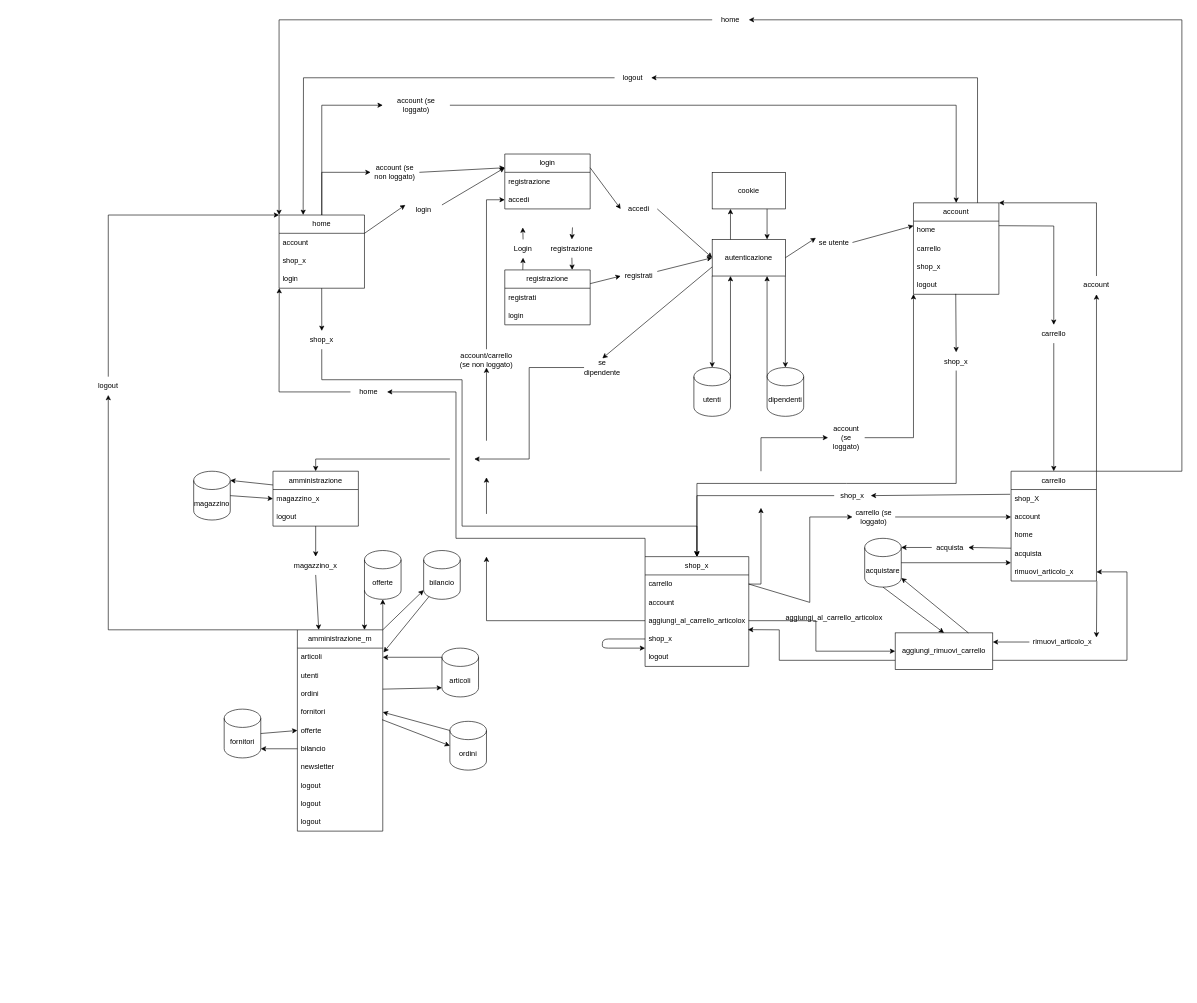
This is Documenti/progettazione_sito.drawio from Bugigio/Negozi-Sportivi, a draw.io file, before an edit. Source tidied: cells renumbered, new cells numbered last; positions are measured from the earlier drawing's top-left corner, leaving out a move shared by most shapes. Both pictures are drawn from the tidied source at 61%, with x=0, y=0 at pixel (90, 10).
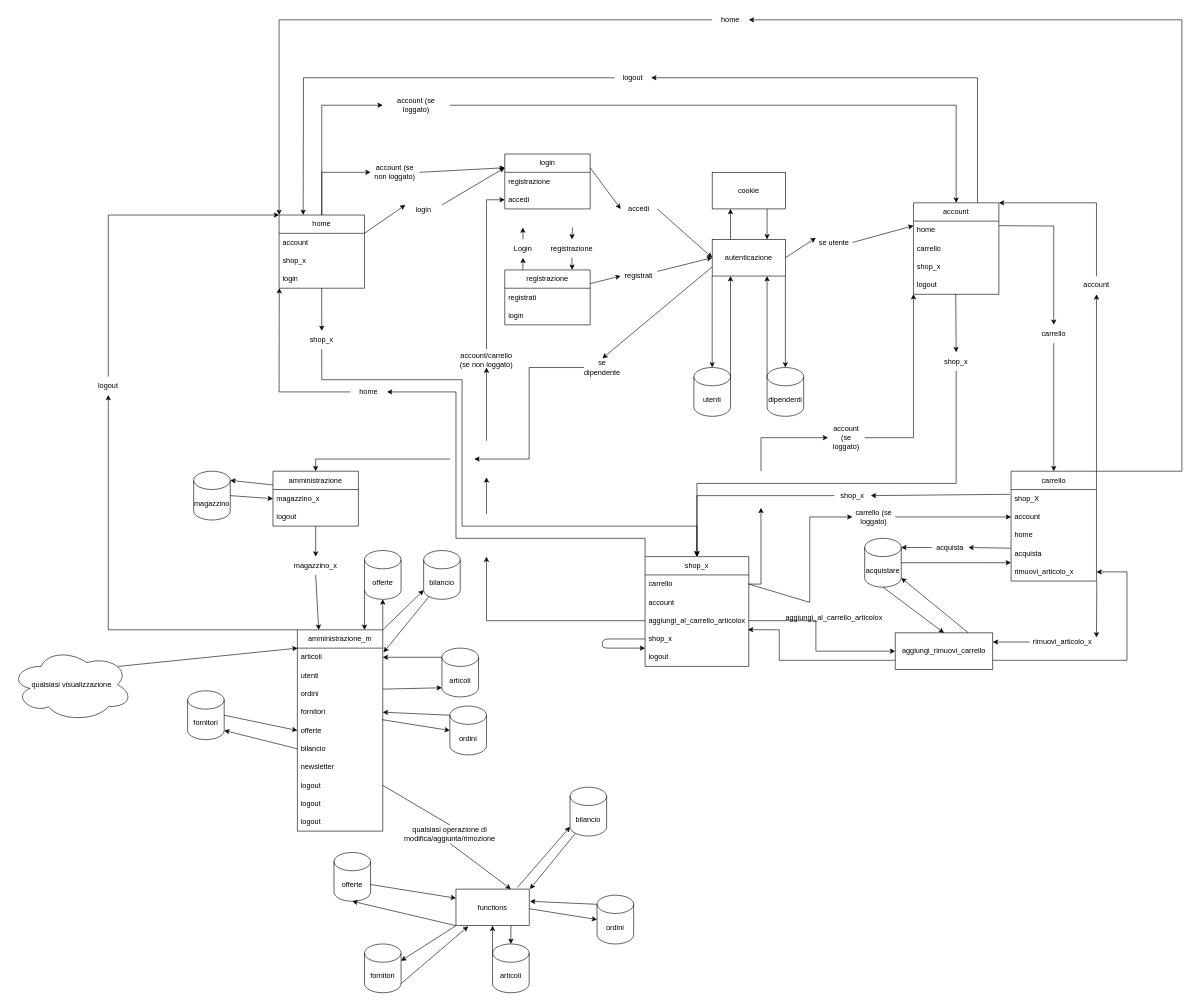
The same diagram, later.

The change refers to these unchanged cells:
```xml
<mxCell id="38" value="articoli" style="text;strokeColor=none;fillColor=none;align=left;verticalAlign=middle;spacingLeft=4;spacingRight=4;overflow=hidden;points=[[0,0.5],[1,0.5]];portConstraint=eastwest;whiteSpace=wrap;html=1;" parent="37" vertex="1">
  <mxGeometry y="30" width="140" height="30" as="geometry" />
</mxCell>
<mxCell id="45" value="logout" style="text;strokeColor=none;fillColor=none;align=left;verticalAlign=middle;spacingLeft=4;spacingRight=4;overflow=hidden;points=[[0,0.5],[1,0.5]];portConstraint=eastwest;whiteSpace=wrap;html=1;" parent="37" vertex="1">
  <mxGeometry y="240" width="140" height="30" as="geometry" />
</mxCell>
```

Diff of the diagram source:
```diff
@@
     <mxCell id="50" value="ordini" style="shape=cylinder3;whiteSpace=wrap;html=1;boundedLbl=1;backgroundOutline=1;size=15;" parent="1" vertex="1">
-      <mxGeometry x="590" y="1165" width="60" height="80" as="geometry" />
+      <mxGeometry x="590" y="1140" width="60" height="80" as="geometry" />
     </mxCell>
@@
     <mxCell id="120" value="fornitori" style="shape=cylinder3;whiteSpace=wrap;html=1;boundedLbl=1;backgroundOutline=1;size=15;" parent="1" vertex="1">
-      <mxGeometry x="220" y="1145" width="60" height="80" as="geometry" />
+      <mxGeometry x="160" y="1115" width="60" height="80" as="geometry" />
     </mxCell>
@@
+    <mxCell id="157" value="functions" style="rounded=0;whiteSpace=wrap;html=1;" parent="1" vertex="1">
+      <mxGeometry x="600" y="1440" width="120" height="60" as="geometry" />
+    </mxCell>
+    <mxCell id="158" style="endArrow=classic;html=1;exitX=0.5;exitY=1;exitDx=0;exitDy=0;entryX=0.75;entryY=0;entryDx=0;entryDy=0;startArrow=none;" parent="1" edge="1" source="160" target="157">
+      <mxGeometry relative="1" as="geometry" />
+    </mxCell>
+    <mxCell id="159" style="endArrow=none;html=1;exitX=1;exitY=0.5;exitDx=0;exitDy=0;entryX=0.5;entryY=0;entryDx=0;entryDy=0;" parent="1" edge="1" source="45" target="160">
+      <mxGeometry relative="1" as="geometry" />
+    </mxCell>
+    <mxCell id="160" value="qualsiasi operazione di modifica/aggiunta/rimozione" style="text;html=1;strokeColor=none;fillColor=none;align=center;verticalAlign=middle;whiteSpace=wrap;rounded=0;" parent="1" vertex="1">
+      <mxGeometry x="560" y="1335" width="60" height="30" as="geometry" />
+    </mxCell>
+    <mxCell id="161" value="ordini" style="shape=cylinder3;whiteSpace=wrap;html=1;boundedLbl=1;backgroundOutline=1;size=15;" parent="1" vertex="1">
+      <mxGeometry x="831.3" y="1450" width="60" height="80" as="geometry" />
+    </mxCell>
+    <mxCell id="162" style="endArrow=classic;html=1;rounded=0;entryX=1;entryY=0.5;entryDx=0;entryDy=0;exitX=0;exitY=0;exitDx=0;exitDy=15;exitPerimeter=0;" parent="1" edge="1" source="161">
+      <mxGeometry relative="1" as="geometry">
+        <mxPoint x="721.3" y="1460" as="targetPoint" />
+      </mxGeometry>
+    </mxCell>
+    <mxCell id="163" style="endArrow=classic;html=1;rounded=0;exitX=0.991;exitY=-0.092;exitDx=0;exitDy=0;exitPerimeter=0;entryX=0;entryY=0.5;entryDx=0;entryDy=0;entryPerimeter=0;" parent="1" edge="1" target="161">
+      <mxGeometry relative="1" as="geometry">
+        <mxPoint x="720" y="1472.2" as="sourcePoint" />
+      </mxGeometry>
+    </mxCell>
+    <mxCell id="164" value="articoli" style="shape=cylinder3;whiteSpace=wrap;html=1;boundedLbl=1;backgroundOutline=1;size=15;" parent="1" vertex="1">
+      <mxGeometry x="660" y="1530" width="60" height="80" as="geometry" />
+    </mxCell>
+    <mxCell id="165" style="endArrow=classic;html=1;rounded=0;exitX=0;exitY=0;exitDx=0;exitDy=15;exitPerimeter=0;entryX=0.5;entryY=1;entryDx=0;entryDy=0;" parent="1" edge="1" source="164" target="157">
+      <mxGeometry relative="1" as="geometry" />
+    </mxCell>
+    <mxCell id="166" style="endArrow=classic;html=1;rounded=0;entryX=0.5;entryY=0;entryDx=0;entryDy=0;entryPerimeter=0;exitX=0.75;exitY=1;exitDx=0;exitDy=0;" parent="1" edge="1" source="157" target="164">
+      <mxGeometry relative="1" as="geometry" />
+    </mxCell>
+    <mxCell id="167" value="bilancio" style="shape=cylinder3;whiteSpace=wrap;html=1;boundedLbl=1;backgroundOutline=1;size=15;" parent="1" vertex="1">
+      <mxGeometry x="787" y="1273" width="60" height="80" as="geometry" />
+    </mxCell>
+    <mxCell id="168" style="endArrow=classic;html=1;rounded=0;exitX=0.842;exitY=-0.05;exitDx=0;exitDy=0;entryX=0;entryY=1;entryDx=0;entryDy=-15;entryPerimeter=0;exitPerimeter=0;" parent="1" edge="1" source="157" target="167">
+      <mxGeometry relative="1" as="geometry" />
+    </mxCell>
+    <mxCell id="169" style="endArrow=classic;html=1;rounded=0;exitX=0.145;exitY=1;exitDx=0;exitDy=-4.35;exitPerimeter=0;entryX=1.009;entryY=0.112;entryDx=0;entryDy=0;entryPerimeter=0;" parent="1" edge="1" source="167">
+      <mxGeometry relative="1" as="geometry">
+        <mxPoint x="721.3" y="1440" as="targetPoint" />
+      </mxGeometry>
+    </mxCell>
+    <mxCell id="170" value="offerte" style="shape=cylinder3;whiteSpace=wrap;html=1;boundedLbl=1;backgroundOutline=1;size=15;" parent="1" vertex="1">
+      <mxGeometry x="400" y="1380" width="60" height="80" as="geometry" />
+    </mxCell>
+    <mxCell id="171" style="endArrow=classic;html=1;rounded=0;exitX=1;exitY=0;exitDx=0;exitDy=52.5;exitPerimeter=0;entryX=0;entryY=0.25;entryDx=0;entryDy=0;" parent="1" edge="1" source="170" target="157">
+      <mxGeometry relative="1" as="geometry" />
+    </mxCell>
+    <mxCell id="172" style="endArrow=classic;html=1;rounded=0;entryX=0.5;entryY=1;entryDx=0;entryDy=0;entryPerimeter=0;exitX=0;exitY=1;exitDx=0;exitDy=0;" parent="1" edge="1" source="157" target="170">
+      <mxGeometry relative="1" as="geometry" />
+    </mxCell>
+    <mxCell id="173" value="fornitori" style="shape=cylinder3;whiteSpace=wrap;html=1;boundedLbl=1;backgroundOutline=1;size=15;" parent="1" vertex="1">
+      <mxGeometry x="450" y="1530" width="60" height="80" as="geometry" />
+    </mxCell>
+    <mxCell id="174" style="endArrow=classic;html=1;exitX=1;exitY=1;exitDx=0;exitDy=-15;exitPerimeter=0;entryX=0.167;entryY=1.017;entryDx=0;entryDy=0;entryPerimeter=0;" parent="1" edge="1" source="173" target="157">
+      <mxGeometry relative="1" as="geometry" />
+    </mxCell>
+    <mxCell id="175" style="endArrow=classic;html=1;exitX=0;exitY=1;exitDx=0;exitDy=0;entryX=1;entryY=0;entryDx=0;entryDy=27.5;entryPerimeter=0;" parent="1" edge="1" source="157" target="173">
+      <mxGeometry relative="1" as="geometry" />
+    </mxCell>
+    <mxCell id="176" value="qualsiasi visualizzazione" style="ellipse;shape=cloud;whiteSpace=wrap;html=1;" parent="1" vertex="1">
+      <mxGeometry x="-130" y="1045" width="200" height="120" as="geometry" />
+    </mxCell>
+    <mxCell id="177" style="endArrow=classic;html=1;exitX=0.88;exitY=0.25;exitDx=0;exitDy=0;exitPerimeter=0;entryX=0.003;entryY=0;entryDx=0;entryDy=0;entryPerimeter=0;" parent="1" edge="1" source="176" target="38">
+      <mxGeometry relative="1" as="geometry" />
+    </mxCell>
```
